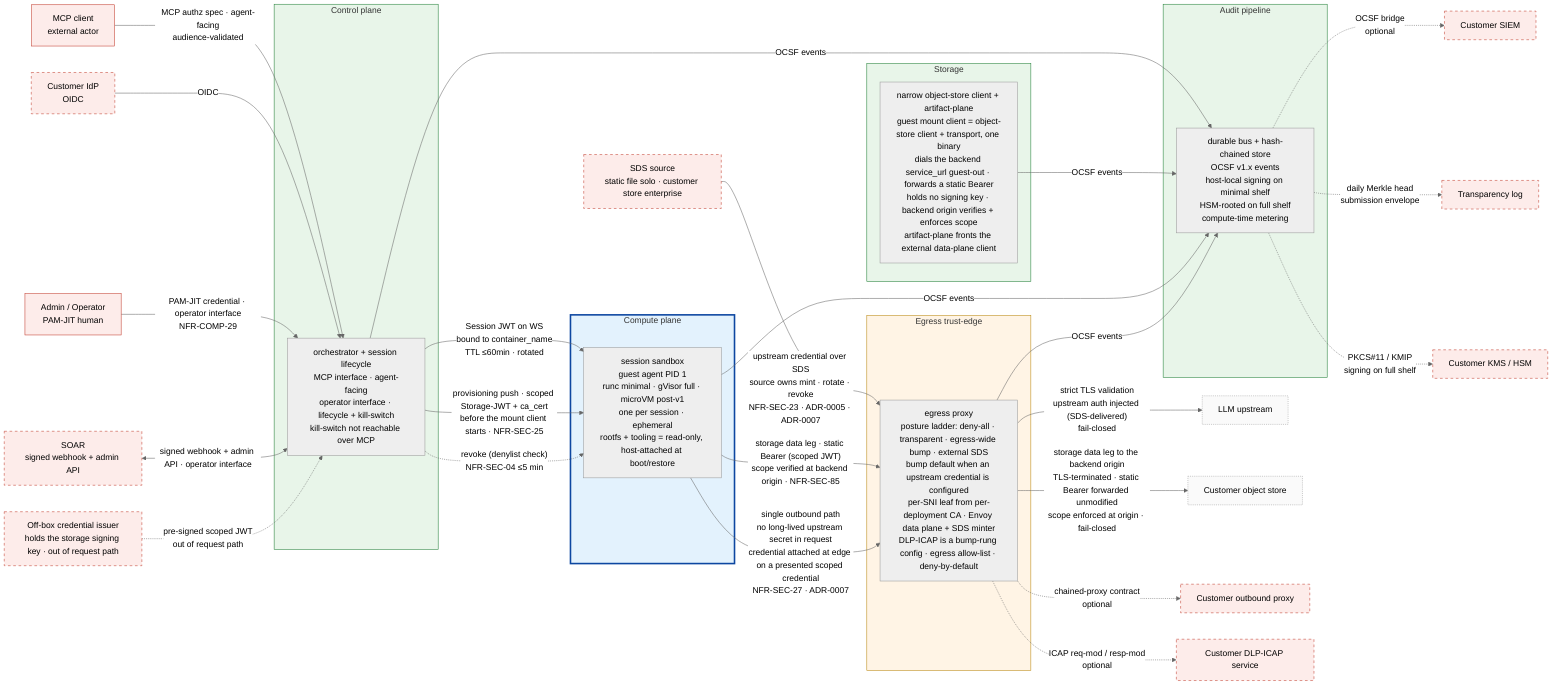
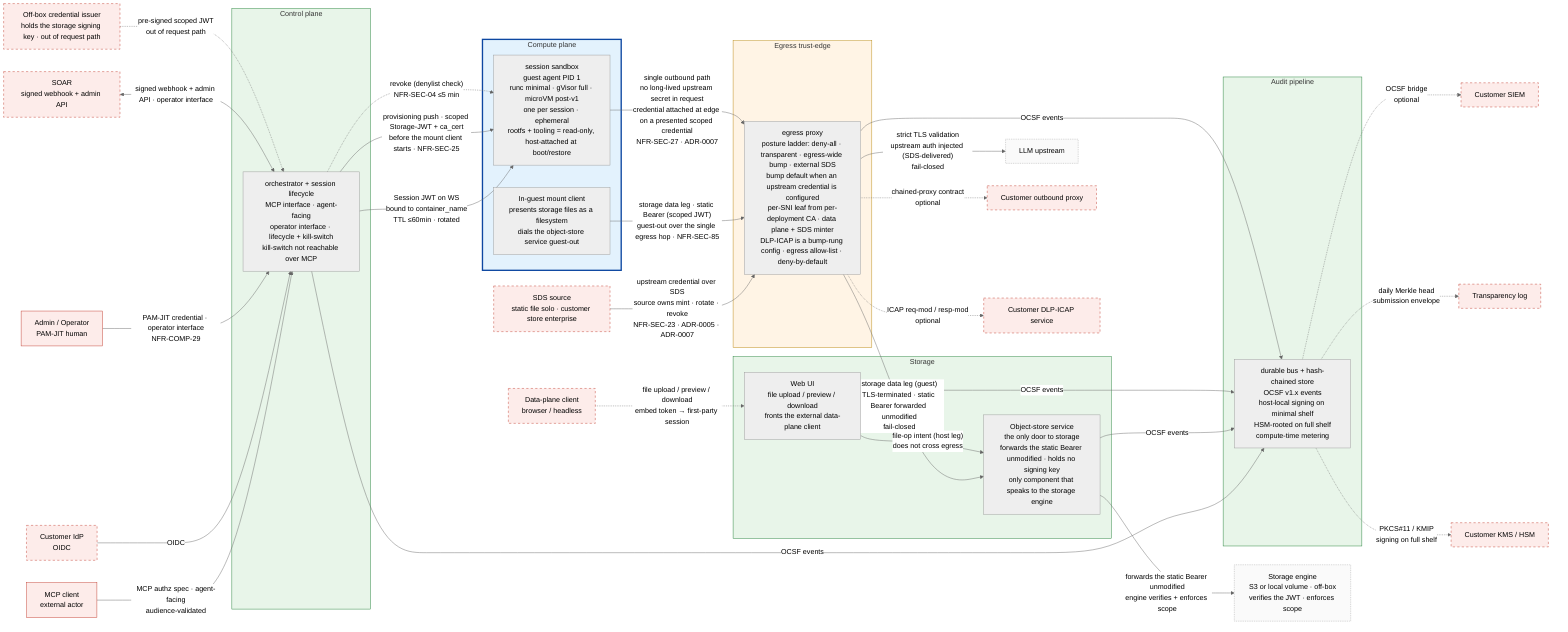
%% SPDX-License-Identifier: FSL-1.1-Apache-2.0
%% Copyright (c) 2025 Open Computer Use Contributors
%% Canonical Layer 3 trust-zone diagram. Referenced from docs/architecture/02-trust-boundaries.md §5.
%% Convention: solid subgraph border = always present; dashed border = optional configuration.
%% Palette (project convention): red untrusted / amber semi-trusted / green trusted / blue isolated.

%%{init: {"theme": "neutral"} }%%
flowchart LR

    %% ─── external actors (untrusted; rendered as plain nodes, not subgraphs) ───
    MCPC[MCP client<br/>external actor]:::ext
    IDP[Customer IdP<br/>OIDC]:::extOpt
    LLM[LLM upstream]:::endpoint
-     OBJ[Customer object store]:::endpoint
+     ENGINE[Storage engine<br/>S3 or local volume · off-box<br/>verifies the JWT · enforces scope]:::endpoint
+     DPC[Data-plane client<br/>browser / headless]:::extOpt
    CPROXY[Customer outbound proxy]:::extOpt
    ICAP[Customer DLP-ICAP service]:::extOpt
    SIEM[Customer SIEM]:::extOpt
    KMS[Customer KMS / HSM]:::extOpt
    SDS[SDS source<br/>static file solo · customer store enterprise]:::extOpt
    ISS[Off-box credential issuer<br/>holds the storage signing key · out of request path]:::extOpt
    SOAR[SOAR<br/>signed webhook + admin API]:::extOpt
    OPER[Admin / Operator<br/>PAM-JIT human]:::ext
    TLOG[Transparency log]:::extOpt

    %% ─── our zones ───
    %% Control plane is one trust-zone exposing two interfaces: an agent-facing
    %% MCP surface (tool calls) and an operator/lifecycle surface (session
    %% lifecycle, quota, kill-switch). The kill-switch is reachable only on the
    %% operator surface — never over MCP. The two-container split is a Layer 6
    %% concern; here they are one zone.
    subgraph CP[Control plane]
        ORCH[orchestrator + session lifecycle<br/>MCP interface · agent-facing<br/>operator interface · lifecycle + kill-switch<br/>kill-switch not reachable over MCP]
    end

    subgraph STORE[Storage]
-         SB[narrow object-store client + artifact-plane<br/>guest mount client = object-store client + transport, one binary<br/>dials the backend service_url guest-out · forwards a static Bearer<br/>holds no signing key · backend origin verifies + enforces scope<br/>artifact-plane fronts the external data-plane client]
+         OSS[Object-store service<br/>the only door to storage<br/>forwards the static Bearer unmodified · holds no signing key<br/>only component that speaks to the storage engine]
+         WEBUI[Web UI<br/>file upload / preview / download<br/>fronts the external data-plane client]
    end

    subgraph COMPUTE[Compute plane]
        VM[session sandbox<br/>guest agent PID 1<br/>runc minimal · gVisor full · microVM post-v1<br/>one per session · ephemeral<br/>rootfs + tooling = read-only, host-attached at boot/restore]
+         MOUNT[In-guest mount client<br/>presents storage files as a filesystem<br/>dials the object-store service guest-out]
    end

    %% Posture is the §7 ladder, not two modes; injection at the egress-wide-bump rung. See ADR-0007.
    subgraph EDGE[Egress trust-edge]
-         PROXY[egress proxy<br/>posture ladder: deny-all · transparent · egress-wide bump · external SDS<br/>bump default when an upstream credential is configured<br/>per-SNI leaf from per-deployment CA · Envoy data plane + SDS minter<br/>DLP-ICAP is a bump-rung config · egress allow-list · deny-by-default]
+         PROXY[egress proxy<br/>posture ladder: deny-all · transparent · egress-wide bump · external SDS<br/>bump default when an upstream credential is configured<br/>per-SNI leaf from per-deployment CA · data plane + SDS minter<br/>DLP-ICAP is a bump-rung config · egress allow-list · deny-by-default]
    end

    subgraph AUDIT[Audit pipeline]
        BUS[durable bus + hash-chained store<br/>OCSF v1.x events<br/>host-local signing on minimal shelf<br/>HSM-rooted on full shelf<br/>compute-time metering]
    end

    %% ─── inbound edges ───
    %% MCP arrives on the agent-facing interface; operator + SOAR arrive on the
    %% operator/lifecycle interface. Distinct auth; the kill-switch lives only
    %% on the latter.
    MCPC -->|"MCP authz spec · agent-facing<br/>audience-validated"| ORCH
    IDP -->|OIDC| ORCH
    OPER -->|"PAM-JIT credential · operator interface<br/>NFR-COMP-29"| ORCH
    SOAR <-->|"signed webhook + admin API · operator interface"| ORCH

    %% ─── internal edges (encrypted in transit; NFR-SEC-37) ───
    ORCH -->|"Session JWT on WS<br/>bound to container_name<br/>TTL ≤60min · rotated"| VM
    ISS -.->|"pre-signed scoped JWT<br/>out of request path"| ORCH
    ORCH -->|"provisioning push · scoped Storage-JWT + ca_cert<br/>before the mount client starts · NFR-SEC-25"| VM
    SDS -->|"upstream credential over SDS<br/>source owns mint · rotate · revoke<br/>NFR-SEC-23 · ADR-0005 · ADR-0007"| PROXY

-     %% ─── storage data leg (second guest-data boundary, guest-out) ───
-     %% Distinct from the provisioning push. The in-guest mount client (object-store
-     %% client + transport, one binary) dials the backend service_url guest-out over
-     %% the single egress hop and forwards the scoped Storage-JWT as a static Bearer;
-     %% the hop terminates TLS and forwards the bearer unmodified (no per-request
-     %% signature to preserve), and the backend origin enforces the filesystem_id
-     %% scope (NFR-SEC-25 · NFR-SEC-31 · NFR-SEC-85). No host-side object-store-client
-     %% hop carries the guest's request. Mount substrate (FUSE / virtio-fs / 9p) is
-     %% component-spec.
-     VM -->|"storage data leg · static Bearer (scoped JWT)<br/>scope verified at backend origin · NFR-SEC-85"| PROXY
+     %% ─── storage data leg (guest-out; one door to storage) ───
+     %% Distinct from the provisioning push. The in-guest mount client dials the
+     %% object-store service guest-out over the single egress hop and forwards the
+     %% scoped Storage-JWT as a static Bearer; the hop terminates TLS and forwards the
+     %% bearer unmodified (no per-request signature to preserve). The object-store
+     %% service is the only door — only it speaks to the storage engine, which
+     %% verifies the JWT and enforces the filesystem_id scope (NFR-SEC-25 ·
+     %% NFR-SEC-31 · NFR-SEC-85). The guest never reaches the storage engine
+     %% directly. Mount substrate (FUSE / virtio-fs / 9p) is component-spec.
+     MOUNT -->|"storage data leg · static Bearer (scoped JWT)<br/>guest-out over the single egress hop · NFR-SEC-85"| PROXY

    %% ─── revoke channel (denylist; independent of IdP reachability) ───
    %% Compute plane gets a direct denylist check (Session JWT TTL ≤60min needs it);
    %% Egress trust-edge revoke = the edge stops injecting upstream auth for a
    %% revoked session; the SDS source owns the credential's own TTL, so no
    %% direct ORCH→PROXY edge.
    ORCH -.->|"revoke (denylist check)<br/>NFR-SEC-04 ≤5 min"| VM

    %% ─── egress edges ───
    VM -->|"single outbound path<br/>no long-lived upstream secret in request<br/>credential attached at edge on a presented scoped credential<br/>NFR-SEC-27 · ADR-0007"| PROXY
    PROXY -->|"strict TLS validation<br/>upstream auth injected (SDS-delivered)<br/>fail-closed"| LLM
-     PROXY -->|"storage data leg to the backend origin<br/>TLS-terminated · static Bearer forwarded unmodified<br/>scope enforced at origin · fail-closed"| OBJ
+     PROXY -->|"storage data leg (guest)<br/>TLS-terminated · static Bearer forwarded unmodified<br/>fail-closed"| OSS
    PROXY -.->|"chained-proxy contract<br/>optional"| CPROXY
    PROXY -.->|"ICAP req-mod / resp-mod<br/>optional"| ICAP

-     %% ─── audit edges (every named zone emits OCSF events) ───
+     %% ─── storage host leg (Web UI; does NOT cross the egress hop) ───
+     DPC -.->|"file upload / preview / download<br/>embed token → first-party session"| WEBUI
+     WEBUI -->|"file-op intent (host leg)<br/>does not cross egress"| OSS
+ 
+     %% ─── the one door to storage: only the object-store service reaches the engine ───
+     OSS -->|"forwards the static Bearer unmodified<br/>engine verifies + enforces scope"| ENGINE
+ 
+     %% ─── audit fan-in (host-side components only; the guest does NOT emit) ───
+     %% The Session sandbox is not a fan-in source: a compromised guest can neither
+     %% reach nor silence the audit pipeline. Host-side components author the guest's
+     %% audit events.
    ORCH -->|OCSF events| BUS
-     SB -->|OCSF events| BUS
-     VM -->|OCSF events| BUS
+     OSS -->|OCSF events| BUS
+     WEBUI -->|OCSF events| BUS
    PROXY -->|OCSF events| BUS

    %% ─── audit egress ───
    BUS -.->|"OCSF bridge<br/>optional"| SIEM
    BUS -.->|"daily Merkle head<br/>submission envelope"| TLOG

    %% ─── KMS path (optional, full-capability shelf only) ───
    %% The storage signing key is off-box at the credential issuer (ISS), not in a
-     %% zone here; CMEK envelope (workspace_cmek_enabled) is a backend-origin concern.
+     %% zone here; the CMEK envelope (workspace_cmek_enabled) is a storage-engine concern.
    BUS -.->|"PKCS#11 / KMIP<br/>signing on full shelf"| KMS

    %% ─── styling (project palette: red untrusted / amber semi-trusted / green trusted / blue isolated) ───
    classDef ext fill:#fdecea,stroke:#c0392b,stroke-width:1px;
    classDef extOpt fill:#fdecea,stroke:#c0392b,stroke-dasharray: 5 5;
    classDef endpoint fill:#fafafa,stroke:#9e9e9e,stroke-dasharray: 2 2;
    style CP fill:#e8f5e9,stroke:#1e7e34,stroke-width:1px;
    style STORE fill:#e8f5e9,stroke:#1e7e34,stroke-width:1px;
    style COMPUTE fill:#e3f2fd,stroke:#0d47a1,stroke-width:3px;
    style EDGE fill:#fff4e5,stroke:#b8860b,stroke-width:1px;
    style AUDIT fill:#e8f5e9,stroke:#1e7e34,stroke-width:1px;
